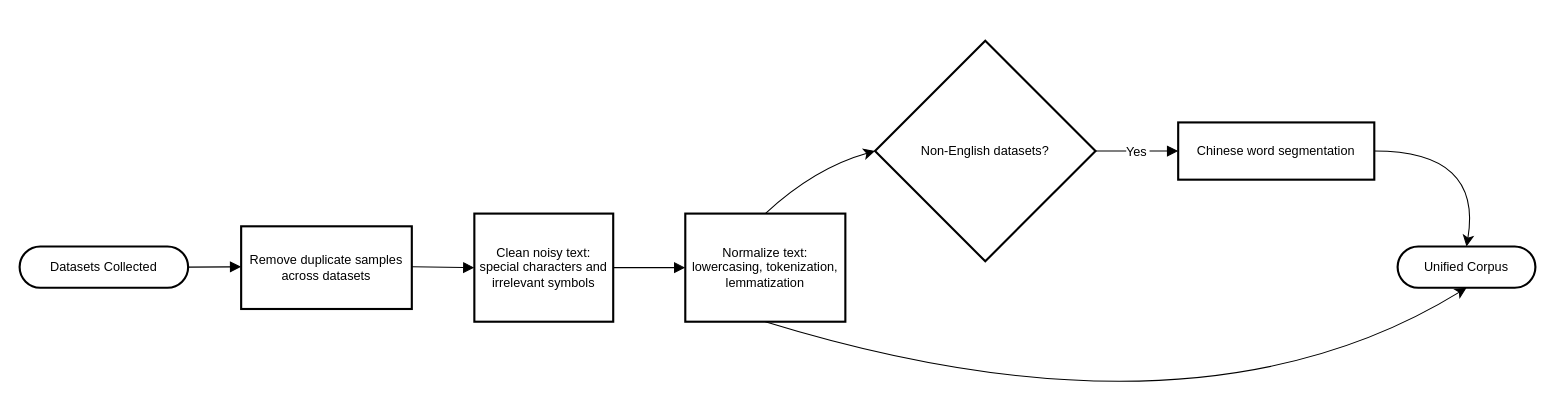
Before: page "3.4" (1 of 2) of chart/chapter 3/chapter 3.drawio in ppipppiu/thesis, a draw.io diagram. Source tidied: cells renumbered, new cells numbered last; positions are measured from the earlier drawing's top-left corner, leaving out a move shared by most shapes. Both pictures are drawn from the tidied source at 106%, with x=0, y=0 at pixel (19, 40).
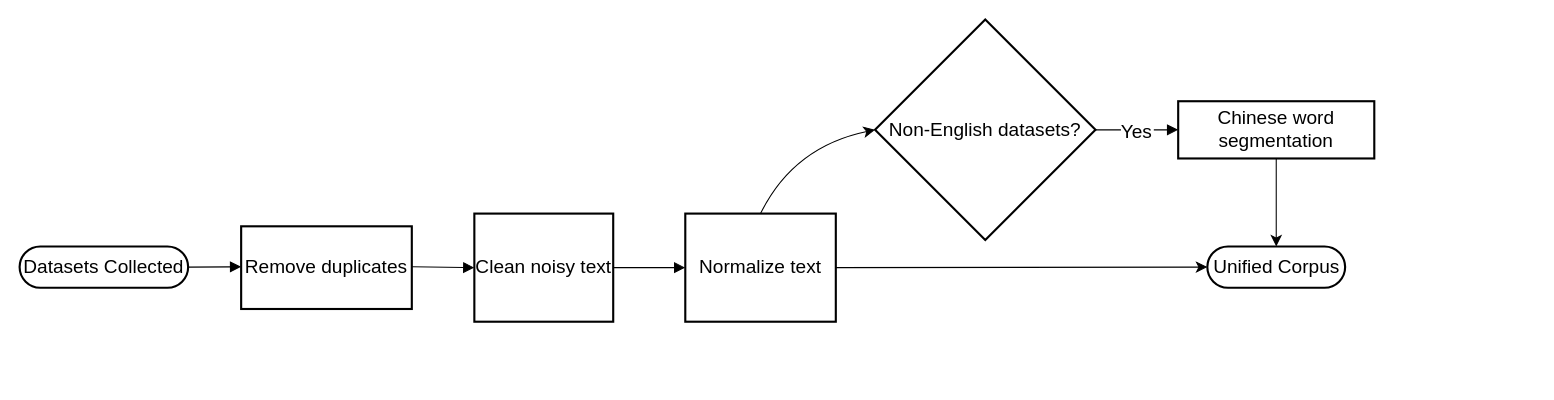
The same page after the edit.

Diff of the diagram source:
```diff
@@
 <mxGraphModel>
   <root>
     <mxCell id="0" />
     <mxCell id="1" parent="0" />
-    <mxCell id="2" value="Datasets Collected" style="rounded=1;whiteSpace=wrap;arcSize=50;strokeWidth=2;" parent="1" vertex="1">
+    <mxCell id="2" value="Datasets Collected" style="rounded=1;whiteSpace=wrap;arcSize=50;strokeWidth=2;fontSize=18;" parent="1" vertex="1">
       <mxGeometry y="194" width="159" height="39" as="geometry" />
     </mxCell>
-    <mxCell id="3" value="Remove duplicate samples across datasets" style="whiteSpace=wrap;strokeWidth=2;" parent="1" vertex="1">
+    <mxCell id="3" value="Remove duplicates" style="whiteSpace=wrap;strokeWidth=2;fontSize=18;" parent="1" vertex="1">
       <mxGeometry x="209" y="175" width="161" height="78" as="geometry" />
     </mxCell>
-    <mxCell id="4" value="Clean noisy text: special characters and irrelevant symbols" style="whiteSpace=wrap;strokeWidth=2;" parent="1" vertex="1">
+    <mxCell id="4" value="Clean noisy text" style="whiteSpace=wrap;strokeWidth=2;fontSize=18;" parent="1" vertex="1">
       <mxGeometry x="429" y="163" width="131" height="102" as="geometry" />
     </mxCell>
-    <mxCell id="5" style="edgeStyle=none;curved=1;rounded=0;jettySize=auto;html=1;exitX=0.5;exitY=0;exitDx=0;exitDy=0;entryX=0;entryY=0.5;entryDx=0;entryDy=0;fontSize=12;startSize=8;endSize=8;" parent="1" edge="1" source="7" target="8">
+    <mxCell id="5" style="edgeStyle=none;curved=1;rounded=0;jettySize=auto;html=1;exitX=0.5;exitY=0;exitDx=0;exitDy=0;entryX=0;entryY=0.5;entryDx=0;entryDy=0;fontSize=18;startSize=8;endSize=8;" parent="1" edge="1" source="7" target="8">
       <mxGeometry relative="1" as="geometry">
         <Array as="points">
-          <mxPoint x="750" y="120" />
+          <mxPoint x="730" y="100" />
         </Array>
       </mxGeometry>
     </mxCell>
-    <mxCell id="6" style="edgeStyle=none;curved=1;rounded=0;jettySize=auto;html=1;exitX=0.5;exitY=1;exitDx=0;exitDy=0;entryX=0.5;entryY=1;entryDx=0;entryDy=0;fontSize=12;startSize=8;endSize=8;" parent="1" edge="1" source="7" target="11">
-      <mxGeometry relative="1" as="geometry">
-        <Array as="points">
-          <mxPoint x="1110" y="390" />
-        </Array>
-      </mxGeometry>
+    <mxCell id="6" style="edgeStyle=none;curved=1;rounded=0;jettySize=auto;html=1;exitX=1;exitY=0.5;exitDx=0;exitDy=0;entryX=0;entryY=0.5;entryDx=0;entryDy=0;fontSize=18;startSize=8;endSize=8;" parent="1" edge="1" source="7" target="11">
+      <mxGeometry relative="1" as="geometry" />
     </mxCell>
-    <mxCell id="7" value="Normalize text: lowercasing, tokenization, lemmatization" style="whiteSpace=wrap;strokeWidth=2;" parent="1" vertex="1">
-      <mxGeometry x="628" y="163" width="151" height="102" as="geometry" />
+    <mxCell id="7" value="Normalize text" style="whiteSpace=wrap;strokeWidth=2;fontSize=18;" parent="1" vertex="1">
+      <mxGeometry x="628" y="163" width="142" height="102" as="geometry" />
     </mxCell>
-    <mxCell id="8" value="Non-English datasets?" style="rhombus;strokeWidth=2;whiteSpace=wrap;" parent="1" vertex="1">
-      <mxGeometry x="807" width="208" height="208" as="geometry" />
+    <mxCell id="8" value="Non-English datasets?" style="rhombus;strokeWidth=2;whiteSpace=wrap;fontSize=18;" parent="1" vertex="1">
+      <mxGeometry x="807" y="-20" width="208" height="208" as="geometry" />
     </mxCell>
-    <mxCell id="9" style="edgeStyle=none;curved=1;rounded=0;jettySize=auto;html=1;exitX=1;exitY=0.5;exitDx=0;exitDy=0;entryX=0.5;entryY=0;entryDx=0;entryDy=0;fontSize=12;startSize=8;endSize=8;" parent="1" edge="1" source="10" target="11">
-      <mxGeometry relative="1" as="geometry">
-        <Array as="points">
-          <mxPoint x="1380" y="104" />
-        </Array>
-      </mxGeometry>
+    <mxCell id="9" style="edgeStyle=none;curved=1;rounded=0;jettySize=auto;html=1;exitX=0.5;exitY=1;exitDx=0;exitDy=0;fontSize=18;startSize=8;endSize=8;entryX=0.5;entryY=0;entryDx=0;entryDy=0;" parent="1" edge="1" source="10" target="11">
+      <mxGeometry relative="1" as="geometry" />
     </mxCell>
-    <mxCell id="10" value="Chinese word segmentation" style="whiteSpace=wrap;strokeWidth=2;" parent="1" vertex="1">
-      <mxGeometry x="1093" y="77" width="185" height="54" as="geometry" />
+    <mxCell id="10" value="Chinese word segmentation" style="whiteSpace=wrap;strokeWidth=2;fontSize=18;" parent="1" vertex="1">
+      <mxGeometry x="1093" y="57" width="185" height="54" as="geometry" />
     </mxCell>
-    <mxCell id="11" value="Unified Corpus" style="rounded=1;whiteSpace=wrap;arcSize=50;strokeWidth=2;" parent="1" vertex="1">
-      <mxGeometry x="1300" y="194" width="130" height="39" as="geometry" />
+    <mxCell id="11" value="Unified Corpus" style="rounded=1;whiteSpace=wrap;arcSize=50;strokeWidth=2;fontSize=18;" parent="1" vertex="1">
+      <mxGeometry x="1120.5" y="194" width="130" height="39" as="geometry" />
     </mxCell>
-    <mxCell id="12" style="curved=1;startArrow=none;endArrow=block;exitX=1;exitY=0.5;entryX=0;entryY=0.49;rounded=0;fontSize=12;startSize=8;endSize=8;" parent="1" edge="1" source="2" target="3">
+    <mxCell id="12" style="curved=1;startArrow=none;endArrow=block;exitX=1;exitY=0.5;entryX=0;entryY=0.49;rounded=0;fontSize=18;startSize=8;endSize=8;" parent="1" edge="1" source="2" target="3">
       <mxGeometry relative="1" as="geometry" />
     </mxCell>
-    <mxCell id="13" style="curved=1;startArrow=none;endArrow=block;exitX=1;exitY=0.49;entryX=0;entryY=0.5;rounded=0;fontSize=12;startSize=8;endSize=8;" parent="1" edge="1" source="3" target="4">
+    <mxCell id="13" style="curved=1;startArrow=none;endArrow=block;exitX=1;exitY=0.49;entryX=0;entryY=0.5;rounded=0;fontSize=18;startSize=8;endSize=8;" parent="1" edge="1" source="3" target="4">
       <mxGeometry relative="1" as="geometry" />
     </mxCell>
-    <mxCell id="14" style="curved=1;startArrow=none;endArrow=block;exitX=1;exitY=0.5;entryX=0;entryY=0.5;rounded=0;fontSize=12;startSize=8;endSize=8;" parent="1" edge="1" source="4" target="7">
+    <mxCell id="14" style="curved=1;startArrow=none;endArrow=block;exitX=1;exitY=0.5;entryX=0;entryY=0.5;rounded=0;fontSize=18;startSize=8;endSize=8;" parent="1" edge="1" source="4" target="7">
       <mxGeometry relative="1" as="geometry" />
     </mxCell>
-    <mxCell id="15" value="Yes" style="curved=1;startArrow=none;endArrow=block;exitX=1;exitY=0.5;entryX=0;entryY=0.5;rounded=0;fontSize=12;startSize=8;endSize=8;" parent="1" edge="1" source="8" target="10">
+    <mxCell id="15" value="Yes" style="curved=1;startArrow=none;endArrow=block;exitX=1;exitY=0.5;entryX=0;entryY=0.5;rounded=0;fontSize=18;startSize=8;endSize=8;" parent="1" edge="1" source="8" target="10">
       <mxGeometry relative="1" as="geometry" />
     </mxCell>
   </root>
 </mxGraphModel>
```
